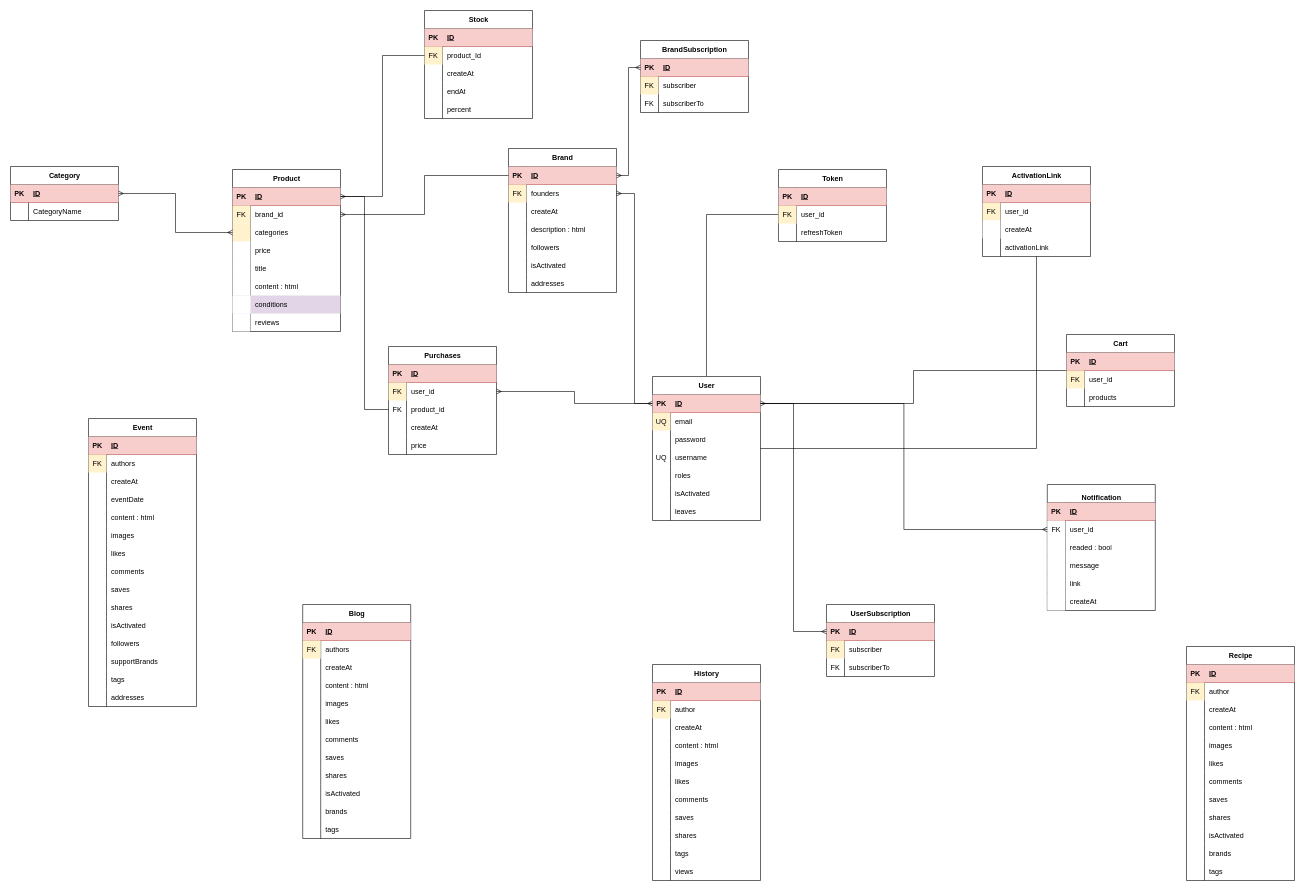
Above: Диаграмма без названия.drawio in Dulatbay/gowebhackathon (draw.io), before the change. Source tidied: cells renumbered, new cells numbered last; positions are measured from the earlier drawing's top-left corner, leaving out a move shared by most shapes. Both pictures are drawn from the tidied source at 60%, with x=0, y=0 at pixel (10, 10).
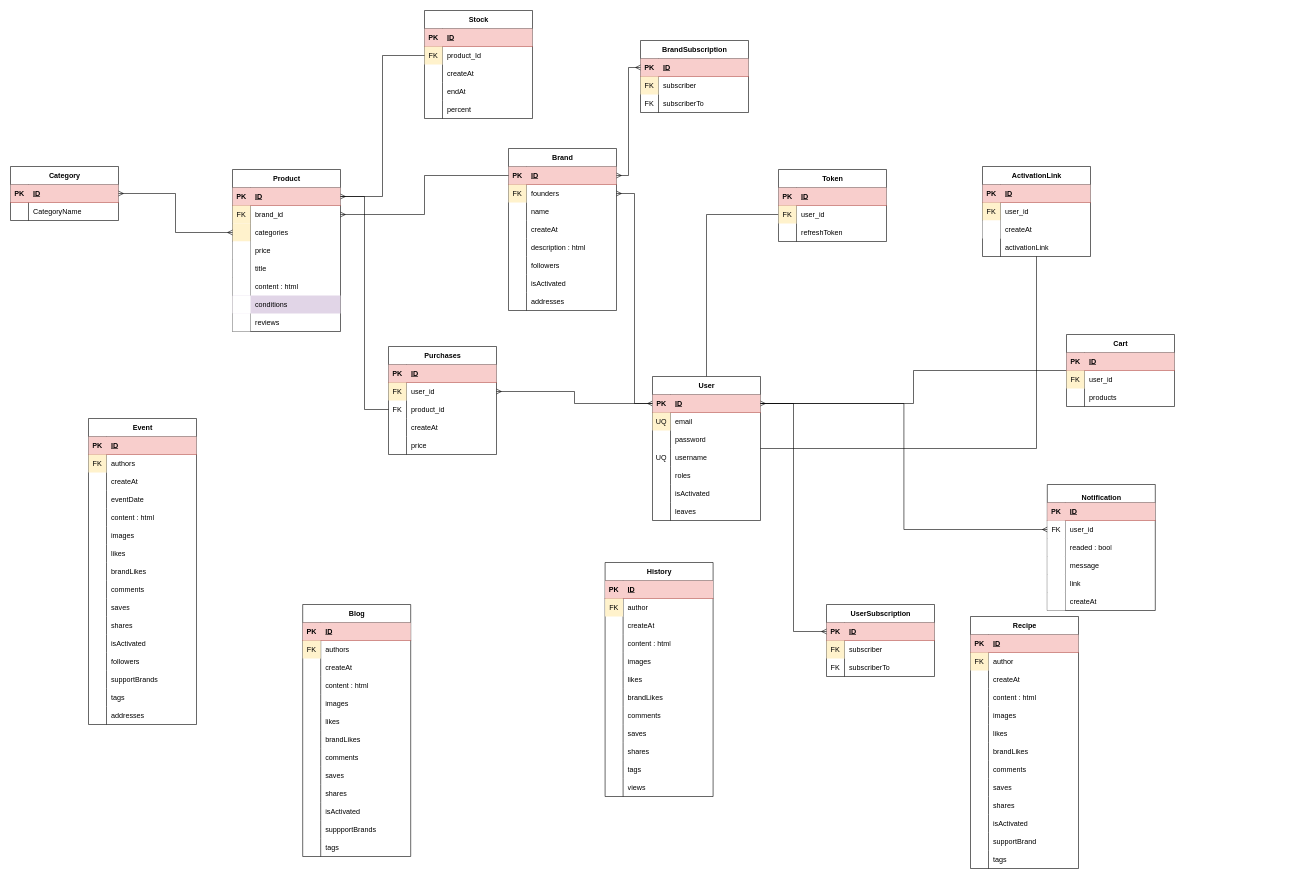
The same diagram, later.

Unchanged cells that the change refers to:
```xml
<mxCell id="151" style="shape=tableRow;horizontal=0;startSize=0;swimlaneHead=0;swimlaneBody=0;fillColor=none;top=0;left=0;right=0;bottom=0;" parent="144" vertex="1">
  <mxGeometry y="90" width="180" height="30" as="geometry" />
</mxCell>
```

The edit, as a diff of the source:
```diff
@@
     <mxCell id="27" value="History" style="shape=table;startSize=30;childLayout=tableLayout;rowLines=0;fontStyle=1;align=center;html=1;strokeWidth=1;" parent="1" vertex="1">
-      <mxGeometry x="1070" y="1090" width="180" height="360" as="geometry" />
+      <mxGeometry x="991" y="920" width="180" height="390" as="geometry" />
     </mxCell>
@@
+    <mxCell id="348" style="shape=tableRow;horizontal=0;startSize=0;swimlaneHead=0;swimlaneBody=0;fillColor=none;top=0;left=0;right=0;bottom=0;" parent="27" vertex="1">
+      <mxGeometry y="210" width="180" height="30" as="geometry" />
+    </mxCell>
+    <mxCell id="349" style="shape=partialRectangle;fillColor=none;top=0;left=0;bottom=0;right=0;overflow=hidden;whiteSpace=wrap;html=1;" parent="348" vertex="1">
+      <mxGeometry width="30" height="30" as="geometry" />
+    </mxCell>
+    <mxCell id="350" value="brandLikes" style="shape=partialRectangle;fillColor=none;top=0;left=0;bottom=0;right=0;align=left;spacingLeft=6;overflow=hidden;whiteSpace=wrap;html=1;" parent="348" vertex="1">
+      <mxGeometry x="30" width="150" height="30" as="geometry" />
+    </mxCell>
     <mxCell id="46" style="shape=tableRow;horizontal=0;startSize=0;swimlaneHead=0;swimlaneBody=0;fillColor=none;top=0;left=0;right=0;bottom=0;" parent="27" vertex="1">
-      <mxGeometry y="210" width="180" height="30" as="geometry" />
+      <mxGeometry y="240" width="180" height="30" as="geometry" />
     </mxCell>
@@
     <mxCell id="49" style="shape=tableRow;horizontal=0;startSize=0;swimlaneHead=0;swimlaneBody=0;fillColor=none;top=0;left=0;right=0;bottom=0;" parent="27" vertex="1">
-      <mxGeometry y="240" width="180" height="30" as="geometry" />
+      <mxGeometry y="270" width="180" height="30" as="geometry" />
     </mxCell>
@@
     <mxCell id="52" style="shape=tableRow;horizontal=0;startSize=0;swimlaneHead=0;swimlaneBody=0;fillColor=none;top=0;left=0;right=0;bottom=0;" parent="27" vertex="1">
-      <mxGeometry y="270" width="180" height="30" as="geometry" />
+      <mxGeometry y="300" width="180" height="30" as="geometry" />
     </mxCell>
@@
     <mxCell id="55" style="shape=tableRow;horizontal=0;startSize=0;swimlaneHead=0;swimlaneBody=0;fillColor=none;top=0;left=0;right=0;bottom=0;" parent="27" vertex="1">
-      <mxGeometry y="300" width="180" height="30" as="geometry" />
+      <mxGeometry y="330" width="180" height="30" as="geometry" />
     </mxCell>
@@
     <mxCell id="58" style="shape=tableRow;horizontal=0;startSize=0;swimlaneHead=0;swimlaneBody=0;fillColor=none;top=0;left=0;right=0;bottom=0;" parent="27" vertex="1">
-      <mxGeometry y="330" width="180" height="30" as="geometry" />
+      <mxGeometry y="360" width="180" height="30" as="geometry" />
     </mxCell>
@@
     <mxCell id="61" value="Blog" style="shape=table;startSize=30;childLayout=tableLayout;rowLines=0;fontStyle=1;align=center;html=1;strokeWidth=1;" parent="1" vertex="1">
-      <mxGeometry x="487" y="990" width="180" height="390" as="geometry" />
+      <mxGeometry x="487" y="990" width="180" height="420" as="geometry" />
     </mxCell>
@@
+    <mxCell id="351" style="shape=tableRow;horizontal=0;startSize=0;swimlaneHead=0;swimlaneBody=0;fillColor=none;top=0;left=0;right=0;bottom=0;" parent="61" vertex="1">
+      <mxGeometry y="210" width="180" height="30" as="geometry" />
+    </mxCell>
+    <mxCell id="352" style="shape=partialRectangle;fillColor=none;top=0;left=0;bottom=0;right=0;overflow=hidden;whiteSpace=wrap;html=1;" parent="351" vertex="1">
+      <mxGeometry width="30" height="30" as="geometry" />
+    </mxCell>
+    <mxCell id="353" value="brandLikes" style="shape=partialRectangle;fillColor=none;top=0;left=0;bottom=0;right=0;align=left;spacingLeft=6;overflow=hidden;whiteSpace=wrap;html=1;" parent="351" vertex="1">
+      <mxGeometry x="30" width="150" height="30" as="geometry" />
+    </mxCell>
     <mxCell id="80" style="shape=tableRow;horizontal=0;startSize=0;swimlaneHead=0;swimlaneBody=0;fillColor=none;top=0;left=0;right=0;bottom=0;" parent="61" vertex="1">
-      <mxGeometry y="210" width="180" height="30" as="geometry" />
+      <mxGeometry y="240" width="180" height="30" as="geometry" />
     </mxCell>
@@
     <mxCell id="83" style="shape=tableRow;horizontal=0;startSize=0;swimlaneHead=0;swimlaneBody=0;fillColor=none;top=0;left=0;right=0;bottom=0;" parent="61" vertex="1">
-      <mxGeometry y="240" width="180" height="30" as="geometry" />
+      <mxGeometry y="270" width="180" height="30" as="geometry" />
     </mxCell>
@@
     <mxCell id="86" style="shape=tableRow;horizontal=0;startSize=0;swimlaneHead=0;swimlaneBody=0;fillColor=none;top=0;left=0;right=0;bottom=0;" parent="61" vertex="1">
-      <mxGeometry y="270" width="180" height="30" as="geometry" />
+      <mxGeometry y="300" width="180" height="30" as="geometry" />
     </mxCell>
@@
     <mxCell id="89" style="shape=tableRow;horizontal=0;startSize=0;swimlaneHead=0;swimlaneBody=0;fillColor=none;top=0;left=0;right=0;bottom=0;" parent="61" vertex="1">
-      <mxGeometry y="300" width="180" height="30" as="geometry" />
+      <mxGeometry y="330" width="180" height="30" as="geometry" />
     </mxCell>
@@
     <mxCell id="92" style="shape=tableRow;horizontal=0;startSize=0;swimlaneHead=0;swimlaneBody=0;fillColor=none;top=0;left=0;right=0;bottom=0;" parent="61" vertex="1">
-      <mxGeometry y="330" width="180" height="30" as="geometry" />
+      <mxGeometry y="360" width="180" height="30" as="geometry" />
     </mxCell>
@@
-    <mxCell id="94" value="brands" style="shape=partialRectangle;fillColor=none;top=0;left=0;bottom=0;right=0;align=left;spacingLeft=6;overflow=hidden;whiteSpace=wrap;html=1;" parent="92" vertex="1">
+    <mxCell id="94" value="suppportBrands" style="shape=partialRectangle;fillColor=none;top=0;left=0;bottom=0;right=0;align=left;spacingLeft=6;overflow=hidden;whiteSpace=wrap;html=1;" parent="92" vertex="1">
       <mxGeometry x="30" width="150" height="30" as="geometry" />
     </mxCell>
     <mxCell id="95" style="shape=tableRow;horizontal=0;startSize=0;swimlaneHead=0;swimlaneBody=0;fillColor=none;top=0;left=0;right=0;bottom=0;" parent="61" vertex="1">
-      <mxGeometry y="360" width="180" height="30" as="geometry" />
+      <mxGeometry y="390" width="180" height="30" as="geometry" />
     </mxCell>
@@
     <mxCell id="98" value="Event" style="shape=table;startSize=30;childLayout=tableLayout;rowLines=0;fontStyle=1;align=center;html=1;strokeWidth=1;" parent="1" vertex="1">
-      <mxGeometry x="130" y="680" width="180" height="480" as="geometry" />
+      <mxGeometry x="130" y="680" width="180" height="510" as="geometry" />
     </mxCell>
@@
+    <mxCell id="354" style="shape=tableRow;horizontal=0;startSize=0;swimlaneHead=0;swimlaneBody=0;fillColor=none;top=0;left=0;right=0;bottom=0;" parent="98" vertex="1">
+      <mxGeometry y="240" width="180" height="30" as="geometry" />
+    </mxCell>
+    <mxCell id="355" style="shape=partialRectangle;fillColor=none;top=0;left=0;bottom=0;right=0;overflow=hidden;whiteSpace=wrap;html=1;" parent="354" vertex="1">
+      <mxGeometry width="30" height="30" as="geometry" />
+    </mxCell>
+    <mxCell id="356" value="brandLikes" style="shape=partialRectangle;fillColor=none;top=0;left=0;bottom=0;right=0;align=left;spacingLeft=6;overflow=hidden;whiteSpace=wrap;html=1;" parent="354" vertex="1">
+      <mxGeometry x="30" width="150" height="30" as="geometry" />
+    </mxCell>
     <mxCell id="120" style="shape=tableRow;horizontal=0;startSize=0;swimlaneHead=0;swimlaneBody=0;fillColor=none;top=0;left=0;right=0;bottom=0;" parent="98" vertex="1">
-      <mxGeometry y="240" width="180" height="30" as="geometry" />
+      <mxGeometry y="270" width="180" height="30" as="geometry" />
     </mxCell>
@@
     <mxCell id="123" style="shape=tableRow;horizontal=0;startSize=0;swimlaneHead=0;swimlaneBody=0;fillColor=none;top=0;left=0;right=0;bottom=0;" parent="98" vertex="1">
-      <mxGeometry y="270" width="180" height="30" as="geometry" />
+      <mxGeometry y="300" width="180" height="30" as="geometry" />
     </mxCell>
@@
     <mxCell id="126" style="shape=tableRow;horizontal=0;startSize=0;swimlaneHead=0;swimlaneBody=0;fillColor=none;top=0;left=0;right=0;bottom=0;" parent="98" vertex="1">
-      <mxGeometry y="300" width="180" height="30" as="geometry" />
+      <mxGeometry y="330" width="180" height="30" as="geometry" />
     </mxCell>
@@
     <mxCell id="129" style="shape=tableRow;horizontal=0;startSize=0;swimlaneHead=0;swimlaneBody=0;fillColor=none;top=0;left=0;right=0;bottom=0;" parent="98" vertex="1">
-      <mxGeometry y="330" width="180" height="30" as="geometry" />
+      <mxGeometry y="360" width="180" height="30" as="geometry" />
     </mxCell>
@@
     <mxCell id="132" style="shape=tableRow;horizontal=0;startSize=0;swimlaneHead=0;swimlaneBody=0;fillColor=none;top=0;left=0;right=0;bottom=0;" parent="98" vertex="1">
-      <mxGeometry y="360" width="180" height="30" as="geometry" />
+      <mxGeometry y="390" width="180" height="30" as="geometry" />
     </mxCell>
@@
     <mxCell id="135" style="shape=tableRow;horizontal=0;startSize=0;swimlaneHead=0;swimlaneBody=0;fillColor=none;top=0;left=0;right=0;bottom=0;" parent="98" vertex="1">
-      <mxGeometry y="390" width="180" height="30" as="geometry" />
+      <mxGeometry y="420" width="180" height="30" as="geometry" />
     </mxCell>
@@
     <mxCell id="138" style="shape=tableRow;horizontal=0;startSize=0;swimlaneHead=0;swimlaneBody=0;fillColor=none;top=0;left=0;right=0;bottom=0;" parent="98" vertex="1">
-      <mxGeometry y="420" width="180" height="30" as="geometry" />
+      <mxGeometry y="450" width="180" height="30" as="geometry" />
     </mxCell>
@@
     <mxCell id="141" style="shape=tableRow;horizontal=0;startSize=0;swimlaneHead=0;swimlaneBody=0;fillColor=none;top=0;left=0;right=0;bottom=0;" parent="98" vertex="1">
-      <mxGeometry y="450" width="180" height="30" as="geometry" />
+      <mxGeometry y="480" width="180" height="30" as="geometry" />
     </mxCell>
@@
     <mxCell id="144" value="Brand" style="shape=table;startSize=30;childLayout=tableLayout;rowLines=0;fontStyle=1;align=center;html=1;strokeWidth=1;" parent="1" vertex="1">
-      <mxGeometry x="830" y="230" width="180" height="240" as="geometry" />
+      <mxGeometry x="830" y="230" width="180" height="270" as="geometry" />
     </mxCell>
@@
-    <mxCell id="153" value="createAt" style="shape=partialRectangle;fillColor=none;top=0;left=0;bottom=0;right=0;align=left;spacingLeft=6;overflow=hidden;whiteSpace=wrap;html=1;" parent="151" vertex="1">
+    <mxCell id="153" value="name" style="shape=partialRectangle;fillColor=none;top=0;left=0;bottom=0;right=0;align=left;spacingLeft=6;overflow=hidden;whiteSpace=wrap;html=1;" parent="151" vertex="1">
       <mxGeometry x="30" width="150" height="30" as="geometry" />
     </mxCell>
+    <mxCell id="357" style="shape=tableRow;horizontal=0;startSize=0;swimlaneHead=0;swimlaneBody=0;fillColor=none;top=0;left=0;right=0;bottom=0;" parent="144" vertex="1">
+      <mxGeometry y="120" width="180" height="30" as="geometry" />
+    </mxCell>
+    <mxCell id="358" style="shape=partialRectangle;fillColor=none;top=0;left=0;bottom=0;right=0;overflow=hidden;whiteSpace=wrap;html=1;" parent="357" vertex="1">
+      <mxGeometry width="30" height="30" as="geometry" />
+    </mxCell>
+    <mxCell id="359" value="createAt" style="shape=partialRectangle;fillColor=none;top=0;left=0;bottom=0;right=0;align=left;spacingLeft=6;overflow=hidden;whiteSpace=wrap;html=1;" parent="357" vertex="1">
+      <mxGeometry x="30" width="150" height="30" as="geometry" />
+    </mxCell>
     <mxCell id="154" style="shape=tableRow;horizontal=0;startSize=0;swimlaneHead=0;swimlaneBody=0;fillColor=none;top=0;left=0;right=0;bottom=0;" parent="144" vertex="1">
-      <mxGeometry y="120" width="180" height="30" as="geometry" />
+      <mxGeometry y="150" width="180" height="30" as="geometry" />
     </mxCell>
@@
     <mxCell id="157" style="shape=tableRow;horizontal=0;startSize=0;swimlaneHead=0;swimlaneBody=0;fillColor=none;top=0;left=0;right=0;bottom=0;" parent="144" vertex="1">
-      <mxGeometry y="150" width="180" height="30" as="geometry" />
+      <mxGeometry y="180" width="180" height="30" as="geometry" />
     </mxCell>
@@
     <mxCell id="160" style="shape=tableRow;horizontal=0;startSize=0;swimlaneHead=0;swimlaneBody=0;fillColor=none;top=0;left=0;right=0;bottom=0;" parent="144" vertex="1">
-      <mxGeometry y="180" width="180" height="30" as="geometry" />
+      <mxGeometry y="210" width="180" height="30" as="geometry" />
     </mxCell>
@@
     <mxCell id="163" style="shape=tableRow;horizontal=0;startSize=0;swimlaneHead=0;swimlaneBody=0;fillColor=none;top=0;left=0;right=0;bottom=0;" parent="144" vertex="1">
-      <mxGeometry y="210" width="180" height="30" as="geometry" />
+      <mxGeometry y="240" width="180" height="30" as="geometry" />
     </mxCell>
@@
     <mxCell id="311" value="Recipe" style="shape=table;startSize=30;childLayout=tableLayout;rowLines=0;fontStyle=1;align=center;html=1;strokeWidth=1;" parent="1" vertex="1">
-      <mxGeometry x="1960" y="1060" width="180" height="390" as="geometry" />
+      <mxGeometry x="1600" y="1010" width="180" height="420" as="geometry" />
     </mxCell>
@@
+    <mxCell id="360" style="shape=tableRow;horizontal=0;startSize=0;swimlaneHead=0;swimlaneBody=0;fillColor=none;top=0;left=0;right=0;bottom=0;" parent="311" vertex="1">
+      <mxGeometry y="210" width="180" height="30" as="geometry" />
+    </mxCell>
+    <mxCell id="361" style="shape=partialRectangle;fillColor=none;top=0;left=0;bottom=0;right=0;overflow=hidden;whiteSpace=wrap;html=1;" parent="360" vertex="1">
+      <mxGeometry width="30" height="30" as="geometry" />
+    </mxCell>
+    <mxCell id="362" value="brandLikes" style="shape=partialRectangle;fillColor=none;top=0;left=0;bottom=0;right=0;align=left;spacingLeft=6;overflow=hidden;whiteSpace=wrap;html=1;" parent="360" vertex="1">
+      <mxGeometry x="30" width="150" height="30" as="geometry" />
+    </mxCell>
     <mxCell id="330" style="shape=tableRow;horizontal=0;startSize=0;swimlaneHead=0;swimlaneBody=0;fillColor=none;top=0;left=0;right=0;bottom=0;" parent="311" vertex="1">
-      <mxGeometry y="210" width="180" height="30" as="geometry" />
+      <mxGeometry y="240" width="180" height="30" as="geometry" />
     </mxCell>
@@
     <mxCell id="333" style="shape=tableRow;horizontal=0;startSize=0;swimlaneHead=0;swimlaneBody=0;fillColor=none;top=0;left=0;right=0;bottom=0;" parent="311" vertex="1">
-      <mxGeometry y="240" width="180" height="30" as="geometry" />
+      <mxGeometry y="270" width="180" height="30" as="geometry" />
     </mxCell>
@@
     <mxCell id="336" style="shape=tableRow;horizontal=0;startSize=0;swimlaneHead=0;swimlaneBody=0;fillColor=none;top=0;left=0;right=0;bottom=0;" parent="311" vertex="1">
-      <mxGeometry y="270" width="180" height="30" as="geometry" />
+      <mxGeometry y="300" width="180" height="30" as="geometry" />
     </mxCell>
@@
     <mxCell id="339" style="shape=tableRow;horizontal=0;startSize=0;swimlaneHead=0;swimlaneBody=0;fillColor=none;top=0;left=0;right=0;bottom=0;" parent="311" vertex="1">
-      <mxGeometry y="300" width="180" height="30" as="geometry" />
+      <mxGeometry y="330" width="180" height="30" as="geometry" />
     </mxCell>
@@
     <mxCell id="342" style="shape=tableRow;horizontal=0;startSize=0;swimlaneHead=0;swimlaneBody=0;fillColor=none;top=0;left=0;right=0;bottom=0;" parent="311" vertex="1">
-      <mxGeometry y="330" width="180" height="30" as="geometry" />
+      <mxGeometry y="360" width="180" height="30" as="geometry" />
     </mxCell>
@@
-    <mxCell id="344" value="brands" style="shape=partialRectangle;fillColor=none;top=0;left=0;bottom=0;right=0;align=left;spacingLeft=6;overflow=hidden;whiteSpace=wrap;html=1;" parent="342" vertex="1">
+    <mxCell id="344" value="supportBrand" style="shape=partialRectangle;fillColor=none;top=0;left=0;bottom=0;right=0;align=left;spacingLeft=6;overflow=hidden;whiteSpace=wrap;html=1;" parent="342" vertex="1">
       <mxGeometry x="30" width="150" height="30" as="geometry" />
     </mxCell>
     <mxCell id="345" style="shape=tableRow;horizontal=0;startSize=0;swimlaneHead=0;swimlaneBody=0;fillColor=none;top=0;left=0;right=0;bottom=0;" parent="311" vertex="1">
-      <mxGeometry y="360" width="180" height="30" as="geometry" />
+      <mxGeometry y="390" width="180" height="30" as="geometry" />
     </mxCell>
```
